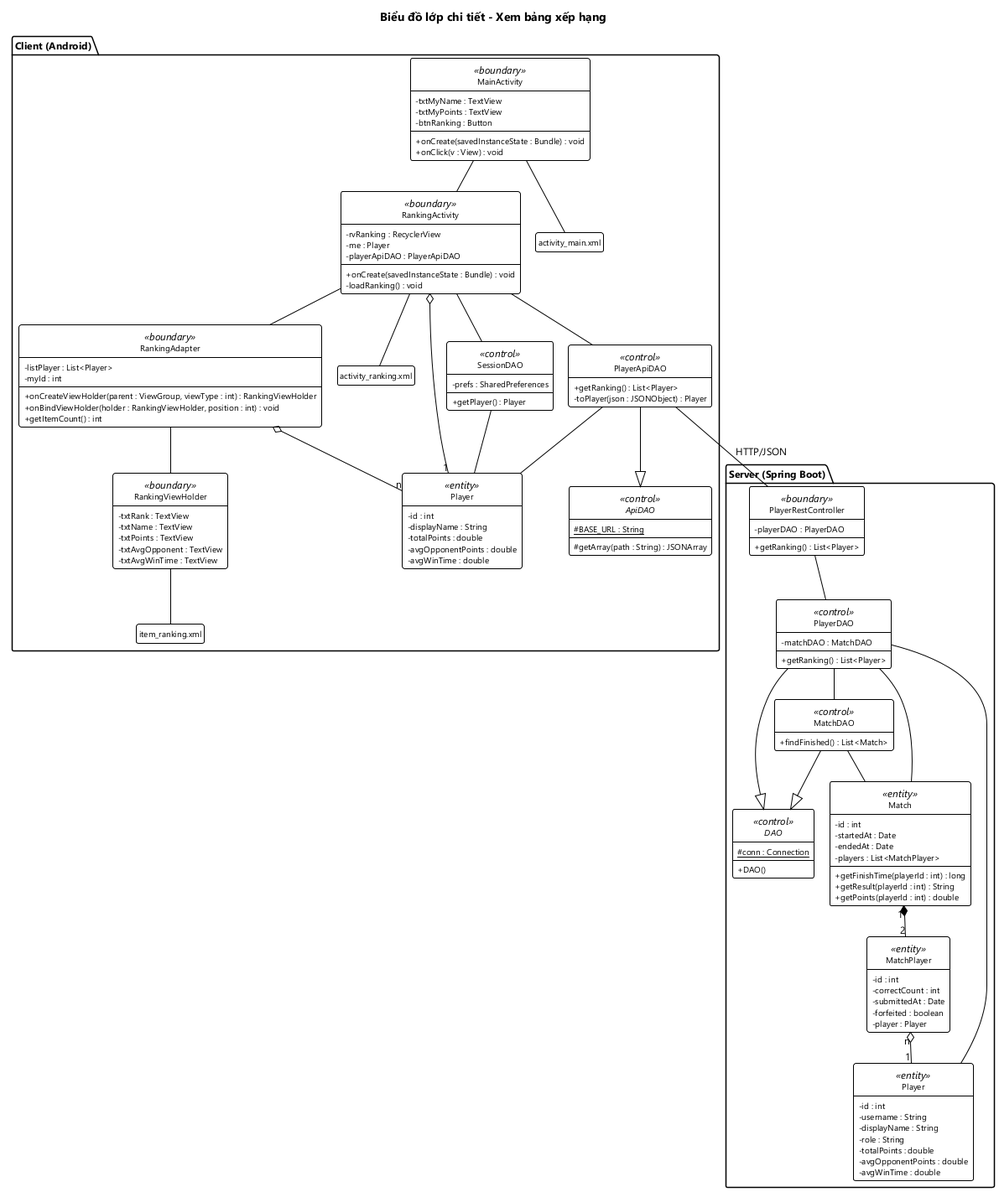
This is docs/hung/lop-thiet-ke-uc04.png from HungNguyenBa1811/math-dash, a PlantUML export, as it was before one commit.
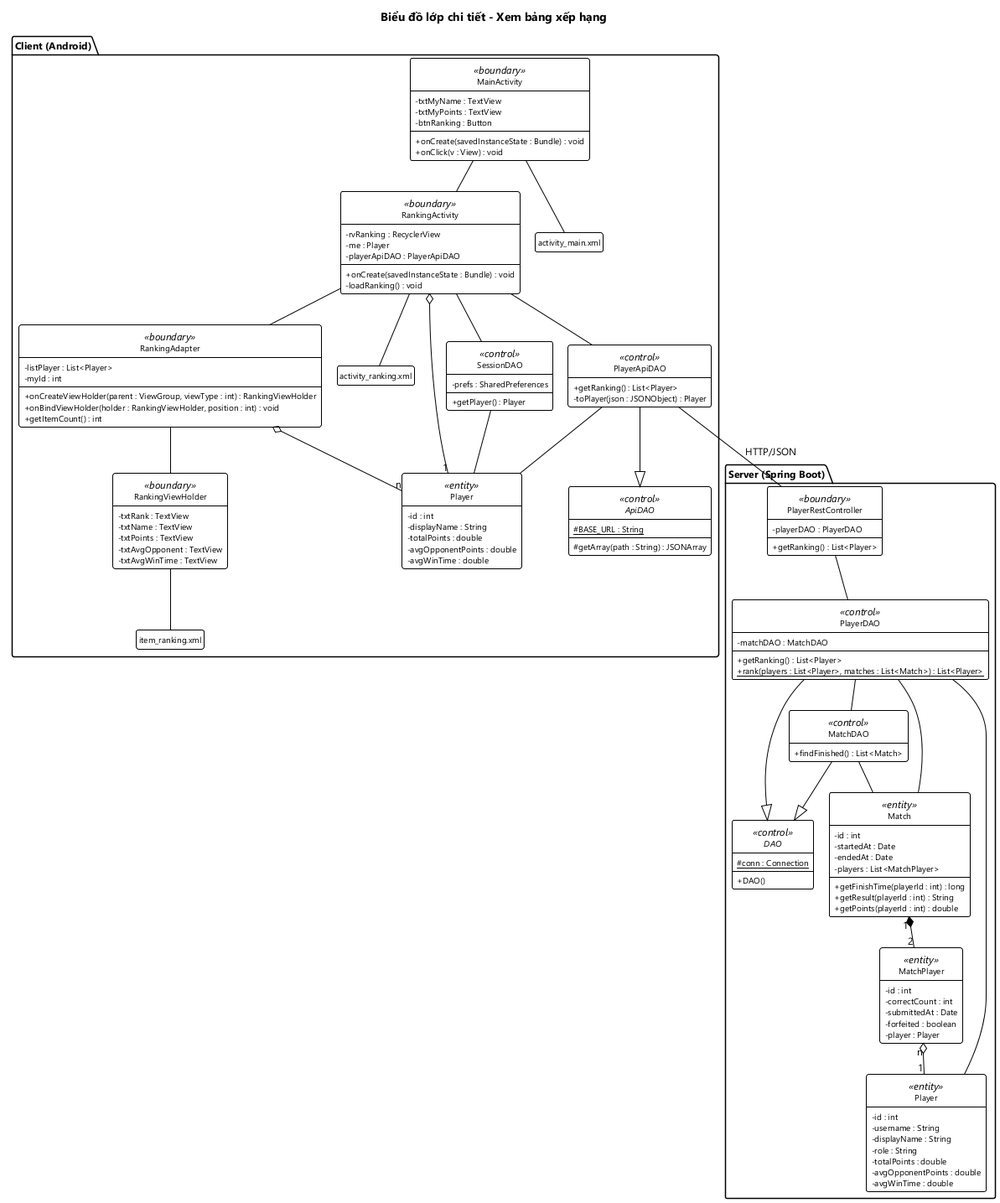
After the commit.

The edit, as a diff of the source:
```diff
@@ -67,6 +67,7 @@
   class PlayerDAO <<control>> {
     - matchDAO : MatchDAO
     + getRanking() : List<Player>
+    + {static} rank(players : List<Player>, matches : List<Match>) : List<Player>
   }
   class MatchDAO <<control>> {
     + findFinished() : List<Match>
```
